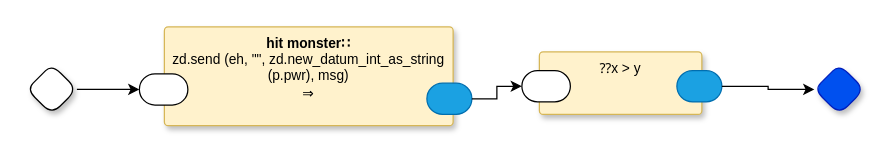
Earlier version of the draw.io diagram page "Page-1" (1 of 3) of small-test.drawio (guitarvydas/gen0d). Source tidied: cells renumbered, new cells numbered last; positions are measured from the earlier drawing's top-left corner, leaving out a move shared by most shapes. Both pictures are drawn from the tidied source at 125%, with x=0, y=0 at pixel (26, 26).
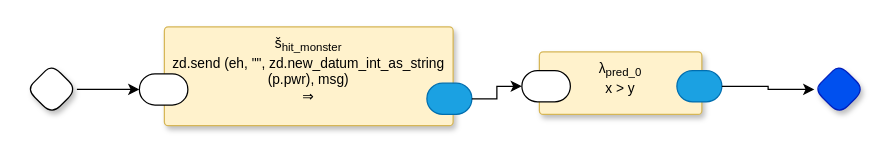
Above is the later version.

The edit, as a diff of the source:
```diff
@@
 <mxGraphModel>
   <root>
     <mxCell id="0" />
     <mxCell id="1" parent="0" />
-    <mxCell id="2" value="&lt;b style=&quot;border-color: var(--border-color);&quot;&gt;hit monster∷&lt;br&gt;&lt;/b&gt;zd.send (eh, &quot;&quot;, zd.new_datum_int_as_string (p.pwr), msg)&lt;br&gt;⇒" style="rounded=1;whiteSpace=wrap;html=1;sketch=0;verticalAlign=top;arcSize=6;fontStyle=0;absoluteArcSize=1;shadow=1;strokeColor=#d6b656;fillColor=#fff2cc;fontFamily=Helvetica;fontSize=11;" parent="1" vertex="1">
+    <mxCell id="2" value="š&lt;sub&gt;hit_monster&lt;/sub&gt;&lt;br&gt;zd.send (eh, &quot;&quot;, zd.new_datum_int_as_string (p.pwr), msg)&lt;br&gt;⇒" style="rounded=1;whiteSpace=wrap;html=1;sketch=0;verticalAlign=top;arcSize=6;fontStyle=0;absoluteArcSize=1;shadow=1;strokeColor=#d6b656;fillColor=#fff2cc;fontFamily=Helvetica;fontSize=11;" parent="1" vertex="1">
       <mxGeometry x="110" width="231" height="79" as="geometry" />
     </mxCell>
     <mxCell id="3" style="rounded=1;whiteSpace=wrap;html=1;sketch=0;points=[[0,0.5,0,0,0],[1,0.5,0,0,0]];arcSize=50;fontFamily=Helvetica;fontSize=11;fontColor=default;" parent="2" vertex="1">
       <mxGeometry x="-20" y="37.5" width="38.8" height="25" as="geometry" />
     </mxCell>
     <mxCell id="4" style="rounded=1;whiteSpace=wrap;html=1;sketch=0;points=[[0,0.5,0,0,0],[1,0.5,0,0,0]];fillColor=#1ba1e2;fontColor=#ffffff;strokeColor=#006EAF;arcSize=50;fontFamily=Helvetica;fontSize=11;" parent="2" vertex="1">
       <mxGeometry x="210" y="45" width="36" height="25" as="geometry" />
     </mxCell>
     <mxCell id="5" style="rhombus;whiteSpace=wrap;html=1;rounded=1;fontStyle=1;glass=0;sketch=0;fontSize=12;points=[[0,0.5,0,0,0],[0.5,0,0,0,0],[0.5,1,0,0,0],[1,0.5,0,0,0]];shadow=1;fontFamily=Helvetica;fontColor=default;" parent="1" vertex="1">
       <mxGeometry y="30" width="40" height="40" as="geometry" />
     </mxCell>
     <mxCell id="6" style="edgeStyle=orthogonalEdgeStyle;rounded=0;jettySize=auto;html=1;entryX=0;entryY=0.5;entryDx=0;entryDy=0;entryPerimeter=0;" parent="1" edge="1" source="5" target="3">
       <mxGeometry relative="1" as="geometry" />
     </mxCell>
     <mxCell id="7" style="rhombus;whiteSpace=wrap;html=1;rounded=1;fontStyle=1;glass=0;sketch=0;fontSize=12;points=[[0,0.5,0,0,0],[0.5,0,0,0,0],[0.5,1,0,0,0],[1,0.5,0,0,0]];shadow=1;fillColor=#0050ef;fontColor=#ffffff;strokeColor=#001DBC;fontFamily=Helvetica;" parent="1" vertex="1">
       <mxGeometry x="630" y="30" width="40" height="40" as="geometry" />
     </mxCell>
-    <mxCell id="8" value="⁇x &amp;gt; y" style="rounded=1;whiteSpace=wrap;html=1;sketch=0;verticalAlign=top;arcSize=6;fontStyle=0;absoluteArcSize=1;shadow=1;strokeColor=#d6b656;fillColor=#fff2cc;fontFamily=Helvetica;fontSize=11;" parent="1" vertex="1">
+    <mxCell id="8" value="&lt;span style=&quot;border-color: var(--border-color);&quot;&gt;λ&lt;/span&gt;&lt;sub&gt;pred_0&lt;/sub&gt;&lt;br&gt;x &amp;gt; y" style="rounded=1;whiteSpace=wrap;html=1;sketch=0;verticalAlign=top;arcSize=6;fontStyle=0;absoluteArcSize=1;shadow=1;strokeColor=#d6b656;fillColor=#fff2cc;fontFamily=Helvetica;fontSize=11;" parent="1" vertex="1">
       <mxGeometry x="410" y="20" width="130" height="50" as="geometry" />
     </mxCell>
     <mxCell id="9" style="rounded=1;whiteSpace=wrap;html=1;sketch=0;points=[[0,0.5,0,0,0],[1,0.5,0,0,0]];arcSize=50;fontFamily=Helvetica;fontSize=11;fontColor=default;" parent="8" vertex="1">
       <mxGeometry x="-14" y="15" width="38.8" height="25" as="geometry" />
     </mxCell>
     <mxCell id="10" style="rounded=1;whiteSpace=wrap;html=1;sketch=0;points=[[0,0.5,0,0,0],[1,0.5,0,0,0]];fillColor=#1ba1e2;fontColor=#ffffff;strokeColor=#006EAF;arcSize=50;fontFamily=Helvetica;fontSize=11;" parent="8" vertex="1">
       <mxGeometry x="110" y="15" width="36" height="25" as="geometry" />
     </mxCell>
     <mxCell id="11" style="edgeStyle=orthogonalEdgeStyle;rounded=0;jettySize=auto;html=1;exitX=1;exitY=0.5;exitDx=0;exitDy=0;exitPerimeter=0;entryX=0;entryY=0.5;entryDx=0;entryDy=0;entryPerimeter=0;" parent="1" edge="1" source="4" target="9">
       <mxGeometry relative="1" as="geometry" />
     </mxCell>
     <mxCell id="12" style="edgeStyle=orthogonalEdgeStyle;rounded=0;jettySize=auto;html=1;exitX=1;exitY=0.5;exitDx=0;exitDy=0;exitPerimeter=0;entryX=0;entryY=0.5;entryDx=0;entryDy=0;entryPerimeter=0;" parent="1" edge="1" source="10" target="7">
       <mxGeometry relative="1" as="geometry" />
     </mxCell>
   </root>
 </mxGraphModel>
```
